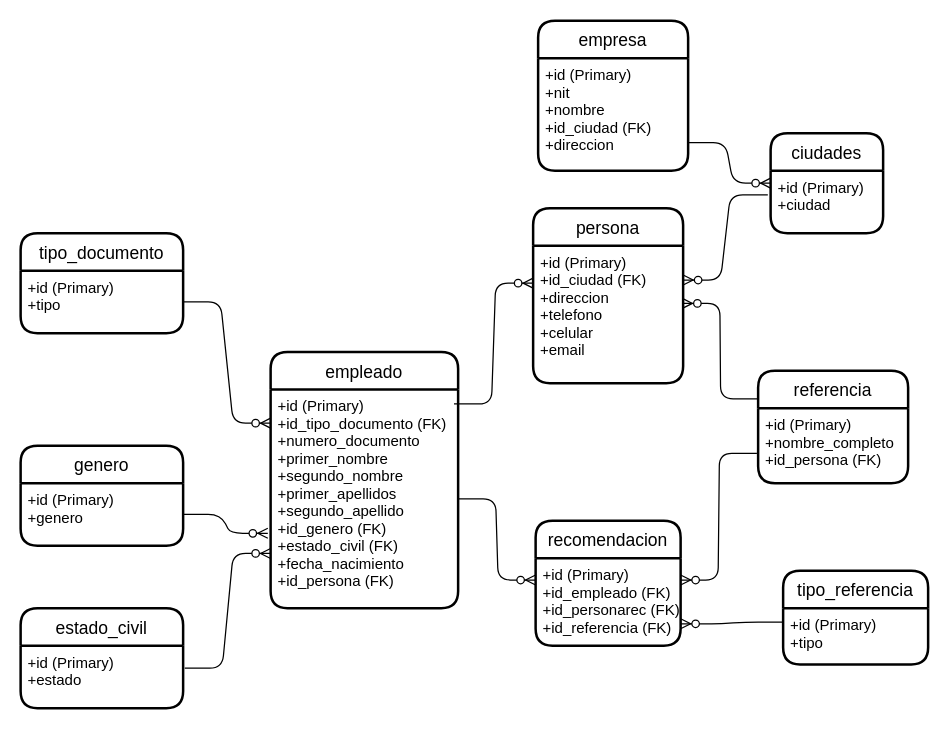
Before: HojasDeVida.drawio in shaten10/hdv, a draw.io diagram. Source tidied: cells renumbered, new cells numbered last; positions are measured from the earlier drawing's top-left corner, leaving out a move shared by most shapes. Both pictures are drawn from the tidied source at 125%, with x=0, y=0 at pixel (20, 20).
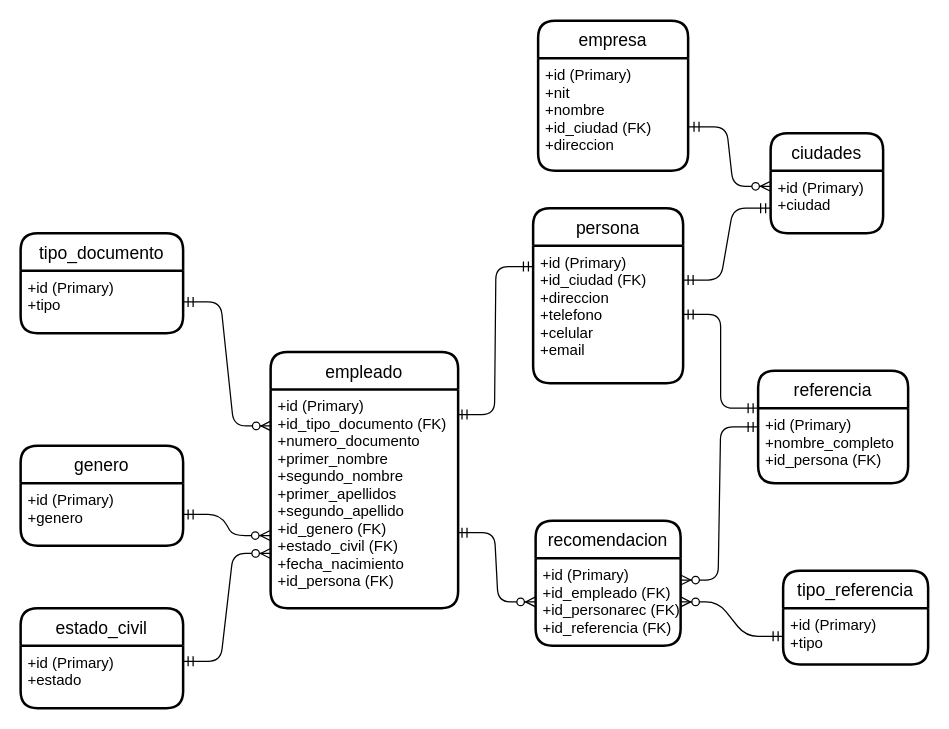
The same page after the edit.

Commit message (it also covers changes not shown here):
Cambios 2 Diseño relacional

The change refers to these unchanged cells:
```xml
<mxCell id="3" value="+id (Primary)&#10;+id_ciudad (FK)&#10;+direccion&#10;+telefono&#10;+celular&#10;+email" style="align=left;strokeColor=none;fillColor=none;spacingLeft=4;fontSize=12;verticalAlign=top;" parent="2" vertex="1">
  <mxGeometry y="30" width="120" height="110" as="geometry" />
</mxCell>
<mxCell id="4" value="empleado" style="swimlane;horizontal=1;startSize=30;rounded=1;fontSize=14;fontStyle=0;strokeWidth=2;shadow=0;dashed=0;align=center;" parent="1" vertex="1">
  <mxGeometry x="200" y="265" width="150" height="205" as="geometry" />
</mxCell>
<mxCell id="5" value="+id (Primary)&#10;+id_tipo_documento (FK)&#10;+numero_documento&#10;+primer_nombre&#10;+segundo_nombre&#10;+primer_apellidos&#10;+segundo_apellido&#10;+id_genero (FK)&#10;+estado_civil (FK)&#10;+fecha_nacimiento&#10;+id_persona (FK)&#10;" style="align=left;strokeColor=none;fillColor=none;spacingLeft=4;fontSize=12;verticalAlign=top;" parent="4" vertex="1">
  <mxGeometry y="30" width="150" height="175" as="geometry" />
</mxCell>
<mxCell id="6" value="referencia" style="swimlane;horizontal=1;startSize=30;rounded=1;fontSize=14;fontStyle=0;strokeWidth=2;shadow=0;dashed=0;align=center;" parent="1" vertex="1">
  <mxGeometry x="590" y="280" width="120" height="90" as="geometry" />
</mxCell>
<mxCell id="7" value="+id (Primary)&#10;+nombre_completo&#10;+id_persona (FK)" style="align=left;strokeColor=none;fillColor=none;spacingLeft=4;fontSize=12;verticalAlign=top;" parent="6" vertex="1">
  <mxGeometry y="30" width="120" height="60" as="geometry" />
</mxCell>
<mxCell id="11" value="+id (Primary)&#10;+id_empleado (FK)&#10;+id_personarec (FK)&#10;+id_referencia (FK)" style="align=left;strokeColor=none;fillColor=none;spacingLeft=4;fontSize=12;verticalAlign=top;" parent="10" vertex="1">
  <mxGeometry y="30" width="116" height="70" as="geometry" />
</mxCell>
<mxCell id="15" value="+id (Primary)&#10;+tipo" style="align=left;strokeColor=none;fillColor=none;spacingLeft=4;fontSize=12;verticalAlign=top;" parent="14" vertex="1">
  <mxGeometry y="30" width="130" height="50" as="geometry" />
</mxCell>
<mxCell id="17" value="+id (Primary)&#10;+tipo" style="align=left;strokeColor=none;fillColor=none;spacingLeft=4;fontSize=12;verticalAlign=top;" parent="16" vertex="1">
  <mxGeometry y="30" width="116" height="45" as="geometry" />
</mxCell>
<mxCell id="18" value="ciudades" style="swimlane;horizontal=1;startSize=30;rounded=1;fontSize=14;fontStyle=0;strokeWidth=2;shadow=0;dashed=0;align=center;" parent="1" vertex="1">
  <mxGeometry x="600" y="90" width="90" height="80" as="geometry" />
</mxCell>
<mxCell id="19" value="+id (Primary)&#10;+ciudad" style="align=left;strokeColor=none;fillColor=none;spacingLeft=4;fontSize=12;verticalAlign=top;" parent="18" vertex="1">
  <mxGeometry y="30" width="90" height="50" as="geometry" />
</mxCell>
<mxCell id="21" value="+id (Primary)&#10;+estado" style="align=left;strokeColor=none;fillColor=none;spacingLeft=4;fontSize=12;verticalAlign=top;" parent="20" vertex="1">
  <mxGeometry y="30" width="130" height="50" as="geometry" />
</mxCell>
<mxCell id="23" value="+id (Primary)&#10;+genero" style="align=left;strokeColor=none;fillColor=none;spacingLeft=4;fontSize=12;verticalAlign=top;" parent="22" vertex="1">
  <mxGeometry y="30" width="130" height="50" as="geometry" />
</mxCell>
```

Diff of the diagram source:
```diff
@@
-    <mxCell id="8" style="edgeStyle=entityRelationEdgeStyle;fontSize=12;html=1;endArrow=ERzeroToMany;endFill=1;exitX=0.978;exitY=0.203;exitDx=0;exitDy=0;exitPerimeter=0;entryX=0;entryY=0.273;entryDx=0;entryDy=0;entryPerimeter=0;" parent="1" edge="1" source="4" target="3">
-      <mxGeometry relative="1" as="geometry" />
-    </mxCell>
-    <mxCell id="9" style="edgeStyle=entityRelationEdgeStyle;fontSize=12;html=1;endArrow=ERzeroToMany;endFill=1;exitX=0;exitY=0.25;exitDx=0;exitDy=0;entryX=0.995;entryY=0.42;entryDx=0;entryDy=0;entryPerimeter=0;" parent="1" edge="1" source="6" target="3">
-      <mxGeometry relative="1" as="geometry" />
-    </mxCell>
@@
-    <mxCell id="12" style="edgeStyle=entityRelationEdgeStyle;fontSize=12;html=1;endArrow=ERzeroToMany;endFill=1;entryX=0;entryY=0.25;entryDx=0;entryDy=0;" parent="1" edge="1" source="5" target="11">
-      <mxGeometry relative="1" as="geometry" />
-    </mxCell>
-    <mxCell id="13" style="edgeStyle=entityRelationEdgeStyle;fontSize=12;html=1;endArrow=ERzeroToMany;endFill=1;exitX=-0.008;exitY=0.603;exitDx=0;exitDy=0;exitPerimeter=0;entryX=1;entryY=0.25;entryDx=0;entryDy=0;" parent="1" edge="1" source="7" target="11">
-      <mxGeometry relative="1" as="geometry" />
-    </mxCell>
@@
+    <mxCell id="29" value="empresa" style="swimlane;horizontal=1;startSize=30;rounded=1;fontSize=14;fontStyle=0;strokeWidth=2;shadow=0;dashed=0;align=center;" parent="1" vertex="1">
+      <mxGeometry x="414" width="120" height="120" as="geometry" />
+    </mxCell>
+    <mxCell id="30" value="+id (Primary)&#10;+nit&#10;+nombre&#10;+id_ciudad (FK)&#10;+direccion" style="align=left;strokeColor=none;fillColor=none;spacingLeft=4;fontSize=12;verticalAlign=top;" parent="29" vertex="1">
+      <mxGeometry y="30" width="120" height="90" as="geometry" />
+    </mxCell>
+    <mxCell id="32" style="edgeStyle=entityRelationEdgeStyle;fontSize=12;html=1;endArrow=ERzeroToMany;startArrow=ERmandOne;exitX=1;exitY=0.5;exitDx=0;exitDy=0;entryX=0.003;entryY=0.167;entryDx=0;entryDy=0;entryPerimeter=0;" parent="1" edge="1" source="15" target="5">
+      <mxGeometry relative="1" as="geometry" />
+    </mxCell>
+    <mxCell id="33" style="edgeStyle=entityRelationEdgeStyle;fontSize=12;html=1;endArrow=ERmandOne;startArrow=ERmandOne;exitX=0.994;exitY=0.115;exitDx=0;exitDy=0;exitPerimeter=0;entryX=0.002;entryY=0.152;entryDx=0;entryDy=0;entryPerimeter=0;" parent="1" edge="1" source="5" target="3">
+      <mxGeometry relative="1" as="geometry" />
+    </mxCell>
+    <mxCell id="27" style="edgeStyle=entityRelationEdgeStyle;fontSize=12;html=1;endArrow=ERzeroToMany;startArrow=ERmandOne;exitX=0;exitY=0.5;exitDx=0;exitDy=0;entryX=1;entryY=0.5;entryDx=0;entryDy=0;" parent="1" edge="1" source="17" target="11">
+      <mxGeometry relative="1" as="geometry" />
+    </mxCell>
-    <mxCell id="24" style="edgeStyle=entityRelationEdgeStyle;fontSize=12;html=1;endArrow=ERzeroToMany;endFill=1;exitX=1;exitY=0.5;exitDx=0;exitDy=0;entryX=-0.015;entryY=0.658;entryDx=0;entryDy=0;entryPerimeter=0;" parent="1" edge="1" source="23" target="5">
+    <mxCell id="24" style="edgeStyle=entityRelationEdgeStyle;fontSize=12;html=1;endArrow=ERzeroToMany;startArrow=ERmandOne;exitX=1;exitY=0.5;exitDx=0;exitDy=0;entryX=-0.002;entryY=0.668;entryDx=0;entryDy=0;entryPerimeter=0;" parent="1" edge="1" source="23" target="5">
       <mxGeometry relative="1" as="geometry" />
     </mxCell>
-    <mxCell id="25" style="edgeStyle=entityRelationEdgeStyle;fontSize=12;html=1;endArrow=ERzeroToMany;endFill=1;exitX=1.01;exitY=0.361;exitDx=0;exitDy=0;exitPerimeter=0;entryX=0;entryY=0.75;entryDx=0;entryDy=0;" parent="1" edge="1" source="21" target="5">
+    <mxCell id="25" style="edgeStyle=entityRelationEdgeStyle;fontSize=12;html=1;endArrow=ERzeroToMany;startArrow=ERmandOne;exitX=1;exitY=0.25;exitDx=0;exitDy=0;entryX=0;entryY=0.75;entryDx=0;entryDy=0;" parent="1" edge="1" source="21" target="5">
       <mxGeometry relative="1" as="geometry" />
     </mxCell>
-    <mxCell id="26" style="edgeStyle=entityRelationEdgeStyle;fontSize=12;html=1;endArrow=ERzeroToMany;endFill=1;exitX=1;exitY=0.5;exitDx=0;exitDy=0;" parent="1" edge="1" source="15">
-      <mxGeometry relative="1" as="geometry">
-        <mxPoint x="200" y="322" as="targetPoint" />
-      </mxGeometry>
-    </mxCell>
-    <mxCell id="27" style="edgeStyle=entityRelationEdgeStyle;fontSize=12;html=1;endArrow=ERzeroToMany;endFill=1;entryX=1;entryY=0.75;entryDx=0;entryDy=0;exitX=0;exitY=0.25;exitDx=0;exitDy=0;" parent="1" edge="1" source="17" target="11">
-      <mxGeometry relative="1" as="geometry" />
-    </mxCell>
-    <mxCell id="28" style="edgeStyle=entityRelationEdgeStyle;fontSize=12;html=1;endArrow=ERzeroToMany;endFill=1;exitX=-0.025;exitY=0.387;exitDx=0;exitDy=0;entryX=1;entryY=0.25;entryDx=0;entryDy=0;exitPerimeter=0;" parent="1" edge="1" source="19" target="3">
-      <mxGeometry relative="1" as="geometry" />
-    </mxCell>
-    <mxCell id="29" value="empresa" style="swimlane;horizontal=1;startSize=30;rounded=1;fontSize=14;fontStyle=0;strokeWidth=2;shadow=0;dashed=0;align=center;" parent="1" vertex="1">
-      <mxGeometry x="414" width="120" height="120" as="geometry" />
-    </mxCell>
-    <mxCell id="30" value="+id (Primary)&#10;+nit&#10;+nombre&#10;+id_ciudad (FK)&#10;+direccion" style="align=left;strokeColor=none;fillColor=none;spacingLeft=4;fontSize=12;verticalAlign=top;" parent="29" vertex="1">
-      <mxGeometry y="30" width="120" height="90" as="geometry" />
-    </mxCell>
-    <mxCell id="31" style="edgeStyle=entityRelationEdgeStyle;fontSize=12;html=1;endArrow=ERzeroToMany;endFill=1;exitX=1;exitY=0.75;exitDx=0;exitDy=0;" parent="1" edge="1" source="30">
-      <mxGeometry relative="1" as="geometry">
-        <mxPoint x="600" y="130" as="targetPoint" />
-      </mxGeometry>
-    </mxCell>
+    <mxCell id="12" style="edgeStyle=entityRelationEdgeStyle;fontSize=12;html=1;endArrow=ERzeroToMany;startArrow=ERmandOne;exitX=0.994;exitY=0.655;exitDx=0;exitDy=0;exitPerimeter=0;" parent="1" edge="1" source="5" target="11">
+      <mxGeometry relative="1" as="geometry" />
+    </mxCell>
+    <mxCell id="13" style="edgeStyle=entityRelationEdgeStyle;fontSize=12;html=1;endArrow=ERzeroToMany;startArrow=ERmandOne;entryX=1;entryY=0.25;entryDx=0;entryDy=0;exitX=0;exitY=0.25;exitDx=0;exitDy=0;" parent="1" edge="1" source="7" target="11">
+      <mxGeometry relative="1" as="geometry" />
+    </mxCell>
+    <mxCell id="34" style="edgeStyle=entityRelationEdgeStyle;fontSize=12;html=1;endArrow=ERmandOne;startArrow=ERmandOne;entryX=0;entryY=0;entryDx=0;entryDy=0;" parent="1" edge="1" source="3" target="7">
+      <mxGeometry relative="1" as="geometry" />
+    </mxCell>
+    <mxCell id="35" style="edgeStyle=entityRelationEdgeStyle;fontSize=12;html=1;endArrow=ERzeroToMany;startArrow=ERmandOne;exitX=1.006;exitY=0.611;exitDx=0;exitDy=0;entryX=0;entryY=0.25;entryDx=0;entryDy=0;exitPerimeter=0;" parent="1" edge="1" source="30" target="19">
+      <mxGeometry relative="1" as="geometry" />
+    </mxCell>
+    <mxCell id="36" style="edgeStyle=entityRelationEdgeStyle;fontSize=12;html=1;endArrow=ERmandOne;startArrow=ERmandOne;entryX=0;entryY=0.75;entryDx=0;entryDy=0;exitX=1;exitY=0.25;exitDx=0;exitDy=0;" parent="1" edge="1" source="3" target="18">
+      <mxGeometry relative="1" as="geometry" />
+    </mxCell>
```
